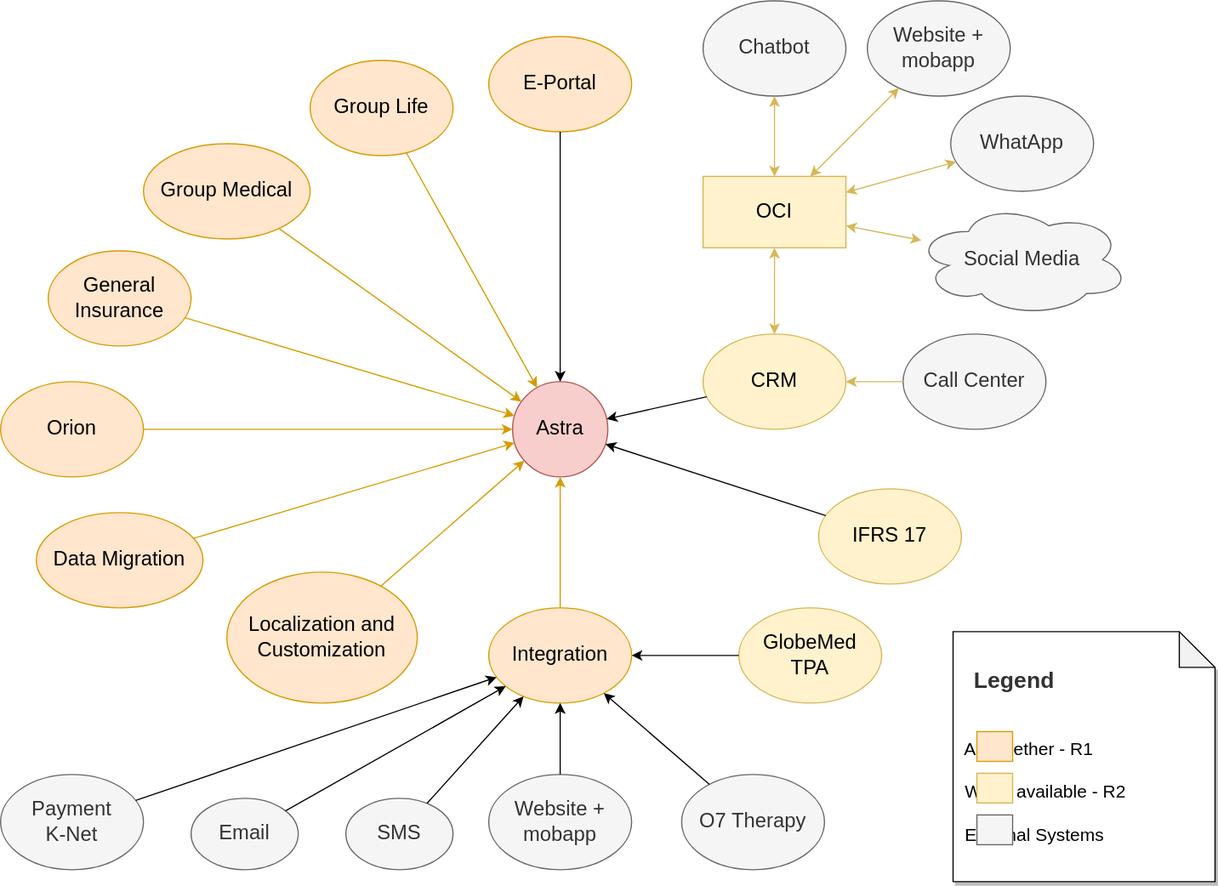
The draw.io diagram Astra Components(3).drawio.svg in computerchi/athome, before a commit. Source tidied: cells renumbered, new cells last; positions are measured from the earlier drawing's top-left corner, leaving out a move shared by most shapes.
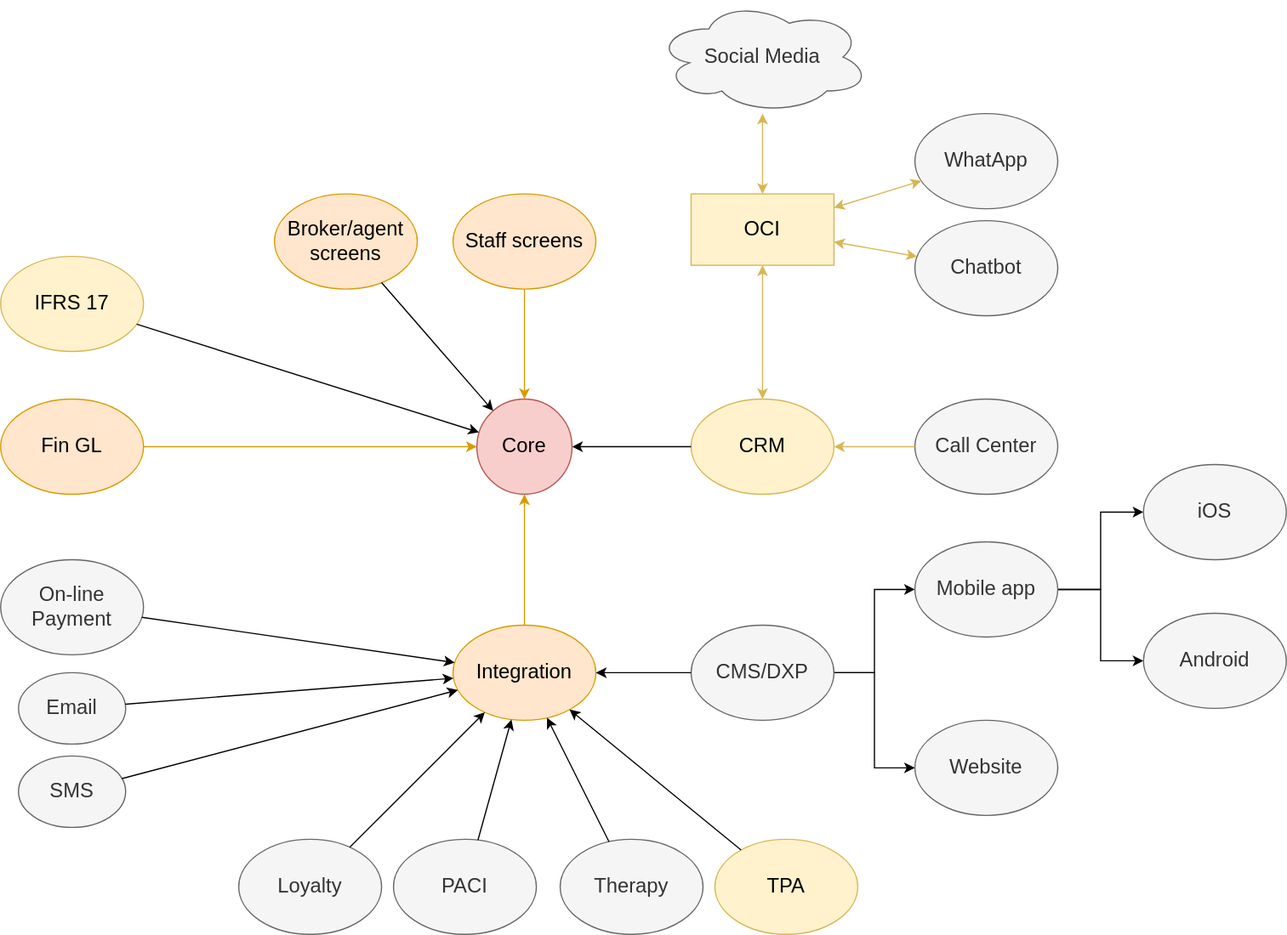
Later version of the same file.

The edit, as a diff of the source:
```diff
@@ -2,45 +2,30 @@
   <root>
     <mxCell id="0" />
     <mxCell id="1" parent="0" />
-    <mxCell id="2" value="General Insurance" style="ellipse;whiteSpace=wrap;html=1;fillColor=#ffe6cc;strokeColor=#d79b00;fontSize=17;" parent="1" vertex="1">
-      <mxGeometry x="40" y="210" width="120" height="80" as="geometry" />
+    <mxCell id="2" value="Staff screens" style="ellipse;whiteSpace=wrap;html=1;fillColor=#ffe6cc;strokeColor=#d79b00;fontSize=17;" parent="1" vertex="1">
+      <mxGeometry x="410" y="147.5" width="120" height="80" as="geometry" />
     </mxCell>
-    <mxCell id="3" value="Astra" style="ellipse;whiteSpace=wrap;html=1;fillColor=#f8cecc;fontSize=17;strokeColor=#b85450;" parent="1" vertex="1">
+    <mxCell id="3" value="Core" style="ellipse;whiteSpace=wrap;html=1;fillColor=#f8cecc;fontSize=17;strokeColor=#b85450;" parent="1" vertex="1">
       <mxGeometry x="430" y="320" width="80" height="80" as="geometry" />
     </mxCell>
-    <mxCell id="4" value="Group Medical" style="ellipse;whiteSpace=wrap;html=1;fillColor=#ffe6cc;strokeColor=#d79b00;fontSize=17;" parent="1" vertex="1">
-      <mxGeometry x="120" y="120" width="140" height="80" as="geometry" />
-    </mxCell>
-    <mxCell id="5" value="Group Life" style="ellipse;whiteSpace=wrap;html=1;fillColor=#ffe6cc;strokeColor=#d79b00;fontSize=17;" parent="1" vertex="1">
-      <mxGeometry x="260" y="50" width="120" height="80" as="geometry" />
-    </mxCell>
     <mxCell id="6" value="Integration" style="ellipse;whiteSpace=wrap;html=1;fillColor=#ffe6cc;strokeColor=#d79b00;fontSize=17;" parent="1" vertex="1">
       <mxGeometry x="410" y="510" width="120" height="80" as="geometry" />
     </mxCell>
-    <mxCell id="7" value="Localization and Customization" style="ellipse;whiteSpace=wrap;html=1;fillColor=#ffe6cc;strokeColor=#d79b00;fontSize=17;" parent="1" vertex="1">
-      <mxGeometry x="190" y="480" width="160" height="110" as="geometry" />
-    </mxCell>
-    <mxCell id="8" value="Data Migration" style="ellipse;whiteSpace=wrap;html=1;fillColor=#ffe6cc;strokeColor=#d79b00;fontSize=17;" parent="1" vertex="1">
-      <mxGeometry x="30" y="430" width="140" height="80" as="geometry" />
-    </mxCell>
-    <mxCell id="9" value="Orion" style="ellipse;whiteSpace=wrap;html=1;fillColor=#ffe6cc;strokeColor=#d79b00;fontSize=17;" parent="1" vertex="1">
-      <mxGeometry y="320" width="120" height="80" as="geometry" />
+    <mxCell id="9" value="Fin GL" style="ellipse;whiteSpace=wrap;html=1;fillColor=#ffe6cc;strokeColor=#d79b00;fontSize=17;" parent="1" vertex="1">
+      <mxGeometry x="30" y="320" width="120" height="80" as="geometry" />
     </mxCell>
     <mxCell id="10" value="IFRS 17" style="ellipse;whiteSpace=wrap;html=1;fillColor=#fff2cc;strokeColor=#d6b656;fontSize=17;" parent="1" vertex="1">
-      <mxGeometry x="687" y="410" width="120" height="80" as="geometry" />
+      <mxGeometry x="30" y="200" width="120" height="80" as="geometry" />
     </mxCell>
     <mxCell id="11" value="CRM" style="ellipse;whiteSpace=wrap;html=1;fillColor=#fff2cc;strokeColor=#d6b656;fontSize=17;" parent="1" vertex="1">
-      <mxGeometry x="590" y="280" width="120" height="80" as="geometry" />
+      <mxGeometry x="610" y="320" width="120" height="80" as="geometry" />
     </mxCell>
-    <mxCell id="12" value="E-Portal" style="ellipse;whiteSpace=wrap;html=1;fillColor=#ffe6cc;strokeColor=#d79b00;fontSize=17;" parent="1" vertex="1">
-      <mxGeometry x="410" y="30" width="120" height="80" as="geometry" />
+    <mxCell id="12" value="Broker/agent screens" style="ellipse;whiteSpace=wrap;html=1;fillColor=#ffe6cc;strokeColor=#d79b00;fontSize=17;" parent="1" vertex="1">
+      <mxGeometry x="260" y="147.5" width="120" height="80" as="geometry" />
     </mxCell>
     <mxCell id="13" style="endArrow=classic;html=1;rounded=0;fillColor=#ffe6cc;strokeColor=#d79b00;fontSize=17;" parent="1" edge="1" source="2" target="3">
       <mxGeometry relative="1" as="geometry" />
     </mxCell>
-    <mxCell id="14" style="endArrow=classic;html=1;rounded=0;fillColor=#ffe6cc;strokeColor=#d79b00;fontSize=17;" parent="1" edge="1" source="4" target="3">
-      <mxGeometry relative="1" as="geometry" />
-    </mxCell>
     <mxCell id="15" style="endArrow=classic;html=1;rounded=0;fontSize=17;" parent="1" edge="1" source="12" target="3">
       <mxGeometry relative="1" as="geometry" />
     </mxCell>
@@ -53,29 +38,20 @@
     <mxCell id="18" style="endArrow=classic;html=1;rounded=0;fillColor=#ffe6cc;strokeColor=#d79b00;fontSize=17;" parent="1" edge="1" source="9" target="3">
       <mxGeometry relative="1" as="geometry" />
     </mxCell>
-    <mxCell id="19" style="endArrow=classic;html=1;rounded=0;fillColor=#ffe6cc;strokeColor=#d79b00;fontSize=17;" parent="1" edge="1" source="5" target="3">
-      <mxGeometry relative="1" as="geometry" />
-    </mxCell>
     <mxCell id="20" style="endArrow=classic;html=1;rounded=0;fillColor=#ffe6cc;strokeColor=#d79b00;fontSize=17;" parent="1" edge="1" source="6" target="3">
       <mxGeometry relative="1" as="geometry" />
     </mxCell>
-    <mxCell id="21" style="endArrow=classic;html=1;rounded=0;fillColor=#ffe6cc;strokeColor=#d79b00;fontSize=17;" parent="1" edge="1" source="7" target="3">
-      <mxGeometry relative="1" as="geometry" />
-    </mxCell>
-    <mxCell id="22" style="endArrow=classic;html=1;rounded=0;fillColor=#ffe6cc;strokeColor=#d79b00;fontSize=17;" parent="1" edge="1" source="8" target="3">
-      <mxGeometry relative="1" as="geometry" />
-    </mxCell>
     <mxCell id="23" value="Call Center" style="ellipse;whiteSpace=wrap;html=1;fillColor=#f5f5f5;strokeColor=#666666;fontSize=17;fontColor=#333333;" parent="1" vertex="1">
-      <mxGeometry x="758" y="280" width="120" height="80" as="geometry" />
+      <mxGeometry x="798" y="320" width="120" height="80" as="geometry" />
     </mxCell>
     <mxCell id="24" style="endArrow=classic;html=1;rounded=0;fillColor=#fff2cc;strokeColor=#d6b656;fontSize=17;" parent="1" edge="1" source="23" target="11">
       <mxGeometry relative="1" as="geometry" />
     </mxCell>
     <mxCell id="25" value="OCI" style="shape=rectangle;perimeter=rectanglePerimeter;whiteSpace=wrap;html=1;fixedSize=1;fillColor=#fff2cc;strokeColor=#d6b656;fontSize=17;" parent="1" vertex="1">
-      <mxGeometry x="590" y="147.5" width="120" height="60" as="geometry" />
+      <mxGeometry x="610" y="147.5" width="120" height="60" as="geometry" />
     </mxCell>
     <mxCell id="26" value="Chatbot" style="ellipse;whiteSpace=wrap;html=1;fillColor=#f5f5f5;strokeColor=#666666;fontSize=17;fontColor=#333333;" parent="1" vertex="1">
-      <mxGeometry x="590" width="120" height="80" as="geometry" />
+      <mxGeometry x="798" y="170" width="120" height="80" as="geometry" />
     </mxCell>
     <mxCell id="27" style="endArrow=classic;startArrow=classic;html=1;rounded=0;fillColor=#fff2cc;strokeColor=#d6b656;fontSize=17;" parent="1" edge="1" source="25" target="26">
       <mxGeometry relative="1" as="geometry" />
@@ -84,37 +60,43 @@
       <mxGeometry relative="1" as="geometry" />
     </mxCell>
     <mxCell id="29" value="Social Media" style="ellipse;shape=cloud;whiteSpace=wrap;html=1;fillColor=#f5f5f5;strokeColor=#666666;fontSize=17;fontColor=#333333;" parent="1" vertex="1">
-      <mxGeometry x="768" y="170" width="180" height="95" as="geometry" />
+      <mxGeometry x="580" y="-15" width="180" height="95" as="geometry" />
     </mxCell>
     <mxCell id="30" style="endArrow=classic;startArrow=classic;html=1;rounded=0;fillColor=#fff2cc;strokeColor=#d6b656;fontSize=17;" parent="1" edge="1" source="25" target="29">
       <mxGeometry relative="1" as="geometry" />
     </mxCell>
-    <mxCell id="31" value="O7 Therapy" style="ellipse;whiteSpace=wrap;html=1;fillColor=#f5f5f5;strokeColor=#666666;fontSize=17;fontColor=#333333;" parent="1" vertex="1">
-      <mxGeometry x="572" y="650" width="120" height="80" as="geometry" />
+    <mxCell id="31" value="Therapy" style="ellipse;whiteSpace=wrap;html=1;fillColor=#f5f5f5;strokeColor=#666666;fontSize=17;fontColor=#333333;" parent="1" vertex="1">
+      <mxGeometry x="500" y="690" width="120" height="80" as="geometry" />
     </mxCell>
     <mxCell id="32" style="endArrow=classic;html=1;rounded=0;fontSize=17;" parent="1" edge="1" source="31" target="6">
       <mxGeometry relative="1" as="geometry" />
     </mxCell>
+    <mxCell id="52" style="edgeStyle=orthogonalEdgeStyle;rounded=0;jettySize=auto;html=1;" parent="1" edge="1" source="33" target="58">
+      <mxGeometry relative="1" as="geometry" />
+    </mxCell>
+    <mxCell id="53" style="edgeStyle=orthogonalEdgeStyle;rounded=0;jettySize=auto;html=1;" parent="1" edge="1" source="33" target="61">
+      <mxGeometry relative="1" as="geometry" />
+    </mxCell>
-    <mxCell id="33" value="Website + mobapp" style="ellipse;whiteSpace=wrap;html=1;fillColor=#f5f5f5;strokeColor=#666666;fontSize=17;fontColor=#333333;" parent="1" vertex="1">
-      <mxGeometry x="410" y="650" width="120" height="80" as="geometry" />
+    <mxCell id="33" value="CMS/DXP" style="ellipse;whiteSpace=wrap;html=1;fillColor=#f5f5f5;strokeColor=#666666;fontSize=17;fontColor=#333333;" parent="1" vertex="1">
+      <mxGeometry x="610" y="510" width="120" height="80" as="geometry" />
     </mxCell>
     <mxCell id="34" style="endArrow=classic;html=1;rounded=0;fontSize=17;" parent="1" edge="1" source="33" target="6">
       <mxGeometry relative="1" as="geometry" />
     </mxCell>
-    <mxCell id="35" value="&lt;div&gt;GlobeMed &lt;br&gt;&lt;/div&gt;&lt;div&gt;TPA&lt;/div&gt;" style="ellipse;whiteSpace=wrap;html=1;fillColor=#fff2cc;strokeColor=#d6b656;fontSize=17;" parent="1" vertex="1">
-      <mxGeometry x="620" y="510" width="120" height="80" as="geometry" />
+    <mxCell id="35" value="&lt;div&gt;TPA&lt;/div&gt;" style="ellipse;whiteSpace=wrap;html=1;fillColor=#fff2cc;strokeColor=#d6b656;fontSize=17;" parent="1" vertex="1">
+      <mxGeometry x="630" y="690" width="120" height="80" as="geometry" />
     </mxCell>
     <mxCell id="36" style="endArrow=classic;html=1;rounded=0;fontSize=17;" parent="1" edge="1" source="35" target="6">
       <mxGeometry relative="1" as="geometry" />
     </mxCell>
-    <mxCell id="37" value="&lt;div style=&quot;font-size: 17px;&quot;&gt;Payment &lt;br style=&quot;font-size: 17px;&quot;&gt;&lt;/div&gt;&lt;div style=&quot;font-size: 17px;&quot;&gt;K-Net&lt;/div&gt;" style="ellipse;whiteSpace=wrap;html=1;fillColor=#f5f5f5;strokeColor=#666666;fontSize=17;fontColor=#333333;" parent="1" vertex="1">
-      <mxGeometry y="650" width="120" height="80" as="geometry" />
+    <mxCell id="37" value="&lt;div style=&quot;font-size: 17px;&quot;&gt;On-line Payment&lt;br style=&quot;font-size: 17px;&quot;&gt;&lt;/div&gt;" style="ellipse;whiteSpace=wrap;html=1;fillColor=#f5f5f5;strokeColor=#666666;fontSize=17;fontColor=#333333;" parent="1" vertex="1">
+      <mxGeometry x="30" y="455" width="120" height="80" as="geometry" />
     </mxCell>
     <mxCell id="38" value="Email" style="ellipse;whiteSpace=wrap;html=1;fillColor=#f5f5f5;strokeColor=#666666;fontSize=17;fontColor=#333333;" parent="1" vertex="1">
-      <mxGeometry x="160" y="670" width="90" height="60" as="geometry" />
+      <mxGeometry x="45" y="550" width="90" height="60" as="geometry" />
     </mxCell>
     <mxCell id="39" value="SMS" style="ellipse;whiteSpace=wrap;html=1;fillColor=#f5f5f5;strokeColor=#666666;fontSize=17;fontColor=#333333;" parent="1" vertex="1">
-      <mxGeometry x="290" y="670" width="90" height="60" as="geometry" />
+      <mxGeometry x="45" y="620" width="90" height="60" as="geometry" />
     </mxCell>
     <mxCell id="40" style="endArrow=none;html=1;rounded=0;fontSize=17;startArrow=classic;startFill=1;endFill=0;" parent="1" edge="1" source="6" target="38">
       <mxGeometry relative="1" as="geometry" />
@@ -128,29 +110,38 @@
     <mxCell id="43" value="WhatApp" style="ellipse;whiteSpace=wrap;html=1;fillColor=#f5f5f5;strokeColor=#666666;fontSize=17;fontColor=#333333;" parent="1" vertex="1">
       <mxGeometry x="798" y="80" width="120" height="80" as="geometry" />
     </mxCell>
-    <mxCell id="44" value="Website + mobapp" style="ellipse;whiteSpace=wrap;html=1;fillColor=#f5f5f5;strokeColor=#666666;fontSize=17;fontColor=#333333;" parent="1" vertex="1">
-      <mxGeometry x="728" width="120" height="80" as="geometry" />
-    </mxCell>
     <mxCell id="45" style="endArrow=classic;startArrow=classic;html=1;rounded=0;fillColor=#fff2cc;strokeColor=#d6b656;fontSize=17;" parent="1" edge="1" source="25" target="43">
       <mxGeometry relative="1" as="geometry" />
     </mxCell>
-    <mxCell id="46" style="endArrow=classic;startArrow=classic;html=1;rounded=0;fillColor=#fff2cc;strokeColor=#d6b656;fontSize=17;" parent="1" edge="1" source="25" target="44">
-      <mxGeometry relative="1" as="geometry" />
-    </mxCell>
-    <mxCell id="47" style="group;" parent="1" vertex="1">
-      <mxGeometry x="800" y="530" width="220" height="210" as="geometry" />
-    </mxCell>
-    <mxCell id="48" value="&lt;div style=&quot;font-size: 15px;&quot;&gt;&lt;font size=&quot;1&quot; color=&quot;#333333&quot;&gt;&lt;b style=&quot;font-size: 19px;&quot;&gt;&amp;nbsp;&amp;nbsp; Legend&lt;/b&gt;&lt;/font&gt;&lt;/div&gt;&lt;div style=&quot;font-size: 15px;&quot;&gt;&lt;font style=&quot;font-size: 15px;&quot;&gt;&lt;br&gt;&lt;/font&gt;&lt;/div&gt;&lt;div style=&quot;font-size: 15px;&quot;&gt;&lt;font style=&quot;font-size: 15px;&quot;&gt;&lt;br&gt;&lt;/font&gt;&lt;/div&gt;&lt;div style=&quot;font-size: 15px;&quot; align=&quot;left&quot;&gt;&lt;font style=&quot;font-size: 15px;&quot;&gt;&lt;span style=&quot;&quot;&gt; &lt;/span&gt;&lt;span style=&quot;&quot;&gt; &lt;/span&gt;&lt;span style=&quot;&quot;&gt; &lt;/span&gt;&lt;span style=&quot;&quot;&gt; &lt;/span&gt;&lt;span style=&quot;white-space: pre;&quot;&gt; &lt;/span&gt;&lt;span style=&quot;white-space: pre;&quot;&gt; &lt;/span&gt;All together - R1&lt;br&gt;&lt;/font&gt;&lt;/div&gt;&lt;div style=&quot;font-size: 15px;&quot; align=&quot;left&quot;&gt;&lt;font style=&quot;font-size: 15px;&quot;&gt;&lt;br&gt;&lt;/font&gt;&lt;/div&gt;&lt;div style=&quot;font-size: 15px;&quot; align=&quot;left&quot;&gt;&lt;font style=&quot;font-size: 15px;&quot;&gt;&lt;span style=&quot;&quot;&gt; &lt;/span&gt;&lt;span style=&quot;&quot;&gt; &lt;/span&gt;&lt;span style=&quot;&quot;&gt;&lt;/span&gt;&lt;span style=&quot;white-space: pre;&quot;&gt; &lt;/span&gt;&lt;span style=&quot;white-space: pre;&quot;&gt; &lt;/span&gt;When available - R2&lt;/font&gt;&lt;/div&gt;&lt;div style=&quot;font-size: 15px;&quot; align=&quot;left&quot;&gt;&lt;font style=&quot;font-size: 15px;&quot;&gt;&lt;span style=&quot;&quot;&gt; &lt;/span&gt;&lt;span style=&quot;&quot;&gt; &lt;/span&gt;&lt;br&gt;&lt;/font&gt;&lt;/div&gt;&lt;div style=&quot;font-size: 15px;&quot; align=&quot;left&quot;&gt;&lt;font style=&quot;font-size: 15px;&quot;&gt;&lt;span style=&quot;&quot;&gt; &lt;/span&gt;&lt;span style=&quot;&quot;&gt; &lt;/span&gt;&lt;span style=&quot;white-space: pre;&quot;&gt; &lt;/span&gt;&lt;span style=&quot;white-space: pre;&quot;&gt; &lt;/span&gt;External Systems&lt;/font&gt;&lt;/div&gt;" style="shape=note;whiteSpace=wrap;html=1;backgroundOutline=1;darkOpacity=0.05;fontSize=14;align=left;shadow=1;" parent="47" vertex="1">
-      <mxGeometry width="220" height="210" as="geometry" />
-    </mxCell>
-    <mxCell id="49" style="rounded=0;whiteSpace=wrap;html=1;fillColor=#ffe6cc;strokeColor=#d79b00;" parent="47" vertex="1">
-      <mxGeometry x="20" y="84" width="30" height="25" as="geometry" />
-    </mxCell>
-    <mxCell id="50" style="rounded=0;whiteSpace=wrap;html=1;fillColor=#fff2cc;strokeColor=#d6b656;" parent="47" vertex="1">
-      <mxGeometry x="20" y="119" width="30" height="25" as="geometry" />
-    </mxCell>
-    <mxCell id="51" style="rounded=0;whiteSpace=wrap;html=1;fillColor=#f5f5f5;strokeColor=#666666;fontColor=#333333;" parent="47" vertex="1">
-      <mxGeometry x="20" y="154" width="30" height="25" as="geometry" />
-    </mxCell>
+    <mxCell id="54" value="Loyalty" style="ellipse;whiteSpace=wrap;html=1;fillColor=#f5f5f5;strokeColor=#666666;fontSize=17;fontColor=#333333;" parent="1" vertex="1">
+      <mxGeometry x="230" y="690" width="120" height="80" as="geometry" />
+    </mxCell>
+    <mxCell id="55" style="endArrow=classic;html=1;rounded=0;" parent="1" edge="1" source="54" target="6">
+      <mxGeometry relative="1" as="geometry" />
+    </mxCell>
+    <mxCell id="56" value="PACI" style="ellipse;whiteSpace=wrap;html=1;fillColor=#f5f5f5;strokeColor=#666666;fontSize=17;fontColor=#333333;" parent="1" vertex="1">
+      <mxGeometry x="360" y="690" width="120" height="80" as="geometry" />
+    </mxCell>
+    <mxCell id="57" style="endArrow=classic;html=1;rounded=0;" parent="1" edge="1" source="56" target="6">
+      <mxGeometry relative="1" as="geometry" />
+    </mxCell>
+    <mxCell id="58" value="Website" style="ellipse;whiteSpace=wrap;html=1;fillColor=#f5f5f5;strokeColor=#666666;fontSize=17;fontColor=#333333;" parent="1" vertex="1">
+      <mxGeometry x="798" y="590" width="120" height="80" as="geometry" />
+    </mxCell>
+    <mxCell id="59" style="edgeStyle=orthogonalEdgeStyle;rounded=0;jettySize=auto;html=1;" parent="1" edge="1" source="61" target="62">
+      <mxGeometry relative="1" as="geometry" />
+    </mxCell>
+    <mxCell id="60" style="edgeStyle=orthogonalEdgeStyle;rounded=0;jettySize=auto;html=1;" parent="1" edge="1" source="61" target="63">
+      <mxGeometry relative="1" as="geometry" />
+    </mxCell>
+    <mxCell id="61" value="Mobile app" style="ellipse;whiteSpace=wrap;html=1;fillColor=#f5f5f5;strokeColor=#666666;fontSize=17;fontColor=#333333;" parent="1" vertex="1">
+      <mxGeometry x="798" y="440" width="120" height="80" as="geometry" />
+    </mxCell>
+    <mxCell id="62" value="iOS" style="ellipse;whiteSpace=wrap;html=1;fillColor=#f5f5f5;strokeColor=#666666;fontSize=17;fontColor=#333333;" parent="1" vertex="1">
+      <mxGeometry x="990" y="375" width="120" height="80" as="geometry" />
+    </mxCell>
+    <mxCell id="63" value="Android" style="ellipse;whiteSpace=wrap;html=1;fillColor=#f5f5f5;strokeColor=#666666;fontSize=17;fontColor=#333333;" parent="1" vertex="1">
+      <mxGeometry x="990" y="500" width="120" height="80" as="geometry" />
+    </mxCell>
   </root>
 </mxGraphModel>
```
